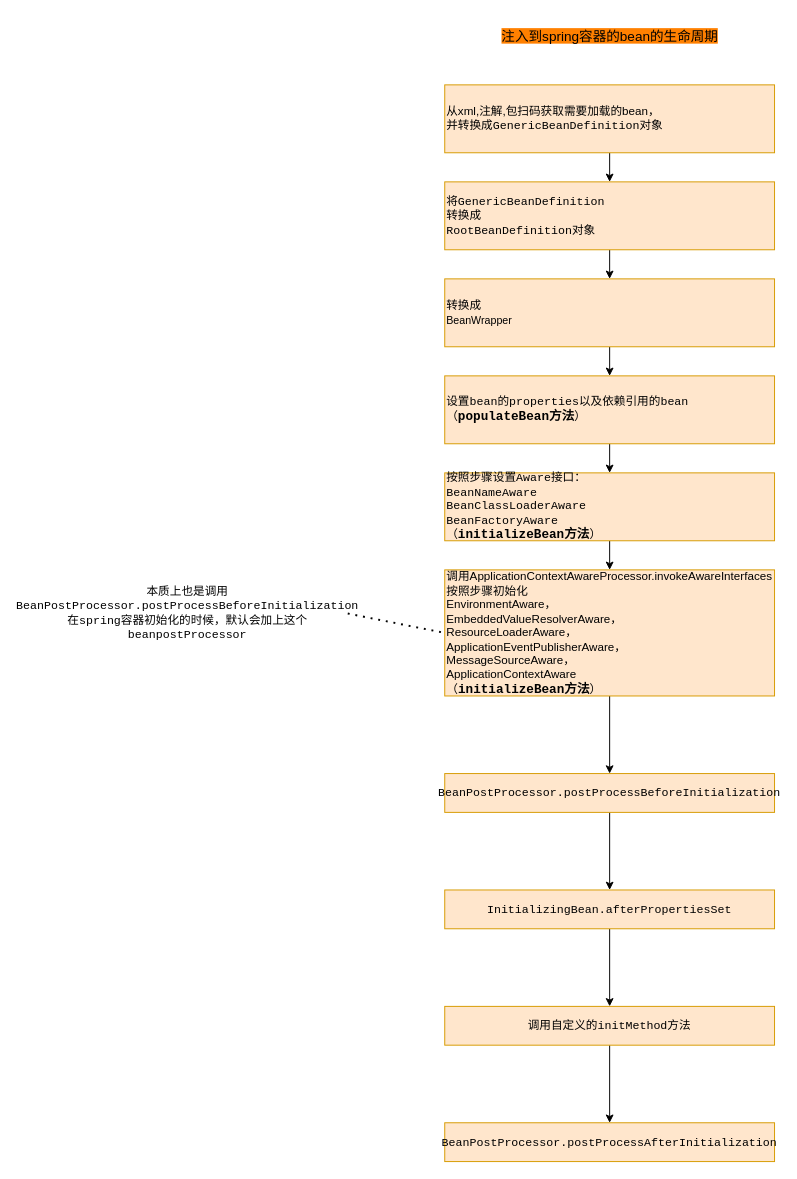
The draw.io diagram page "springbean的生命周期" (2 of 5) of spring源码分析.drawio in gzliu/Mind-maps, before the edit. Source tidied: cells renumbered, new cells numbered last; positions are measured from the earlier drawing's top-left corner, leaving out a move shared by most shapes. Both pictures are drawn from the tidied source at 97%, with x=0, y=0 at pixel (27, 16).
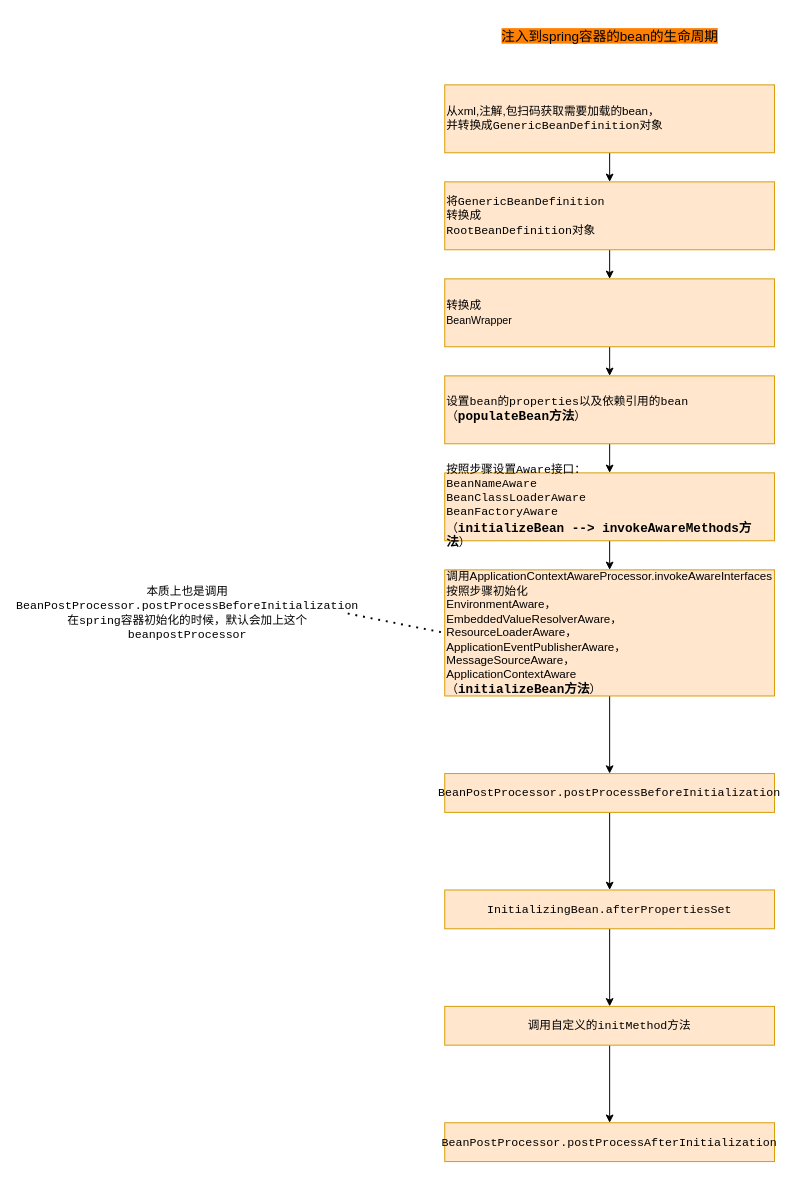
After the change.

What changed in the source:
```diff
@@
-    <mxCell id="12" value="&lt;div style=&quot;&quot;&gt;&lt;font face=&quot;consolas, monospace&quot;&gt;按照步骤设置Aware接口：&lt;/font&gt;&lt;/div&gt;&lt;div style=&quot;&quot;&gt;&lt;font face=&quot;consolas, monospace&quot;&gt;&lt;div style=&quot;&quot;&gt;BeanNameAware&lt;/div&gt;&lt;div style=&quot;&quot;&gt;BeanClassLoaderAware&lt;/div&gt;&lt;div style=&quot;&quot;&gt;BeanFactoryAware&lt;/div&gt;&lt;div style=&quot;&quot;&gt;（&lt;b style=&quot;font-family: &amp;quot;JetBrains Mono&amp;quot;, monospace; font-size: 9.8pt;&quot;&gt;initializeBean方法&lt;/b&gt;）&lt;/div&gt;&lt;/font&gt;&lt;/div&gt;" style="rounded=0;whiteSpace=wrap;html=1;align=left;strokeColor=#d79b00;fillColor=#ffe6cc;" parent="1" vertex="1">
+    <mxCell id="12" value="&lt;div style=&quot;&quot;&gt;&lt;font face=&quot;consolas, monospace&quot;&gt;按照步骤设置Aware接口：&lt;/font&gt;&lt;/div&gt;&lt;div style=&quot;&quot;&gt;&lt;div style=&quot;font-family: consolas, monospace;&quot;&gt;BeanNameAware&lt;/div&gt;&lt;div style=&quot;font-family: consolas, monospace;&quot;&gt;BeanClassLoaderAware&lt;/div&gt;&lt;div style=&quot;font-family: consolas, monospace;&quot;&gt;BeanFactoryAware&lt;/div&gt;&lt;div style=&quot;&quot;&gt;&lt;font face=&quot;consolas, monospace&quot;&gt;（&lt;/font&gt;&lt;b style=&quot;font-family: &amp;quot;JetBrains Mono&amp;quot;, monospace; font-size: 9.8pt;&quot;&gt;initializeBean --&amp;gt;&amp;nbsp;&lt;/b&gt;&lt;span style=&quot;background-color: initial; font-size: 13.0667px;&quot;&gt;&lt;font face=&quot;JetBrains Mono, monospace&quot;&gt;&lt;b&gt;invokeAwareMethods&lt;/b&gt;&lt;/font&gt;&lt;/span&gt;&lt;b style=&quot;font-family: &amp;quot;JetBrains Mono&amp;quot;, monospace; background-color: initial; font-size: 9.8pt;&quot;&gt;方法&lt;/b&gt;&lt;span style=&quot;font-family: consolas, monospace; background-color: initial;&quot;&gt;）&lt;/span&gt;&lt;/div&gt;&lt;/div&gt;" style="rounded=0;whiteSpace=wrap;html=1;align=left;strokeColor=#d79b00;fillColor=#ffe6cc;" parent="1" vertex="1">
       <mxGeometry x="430" y="470" width="340" height="70" as="geometry" />
     </mxCell>
```
